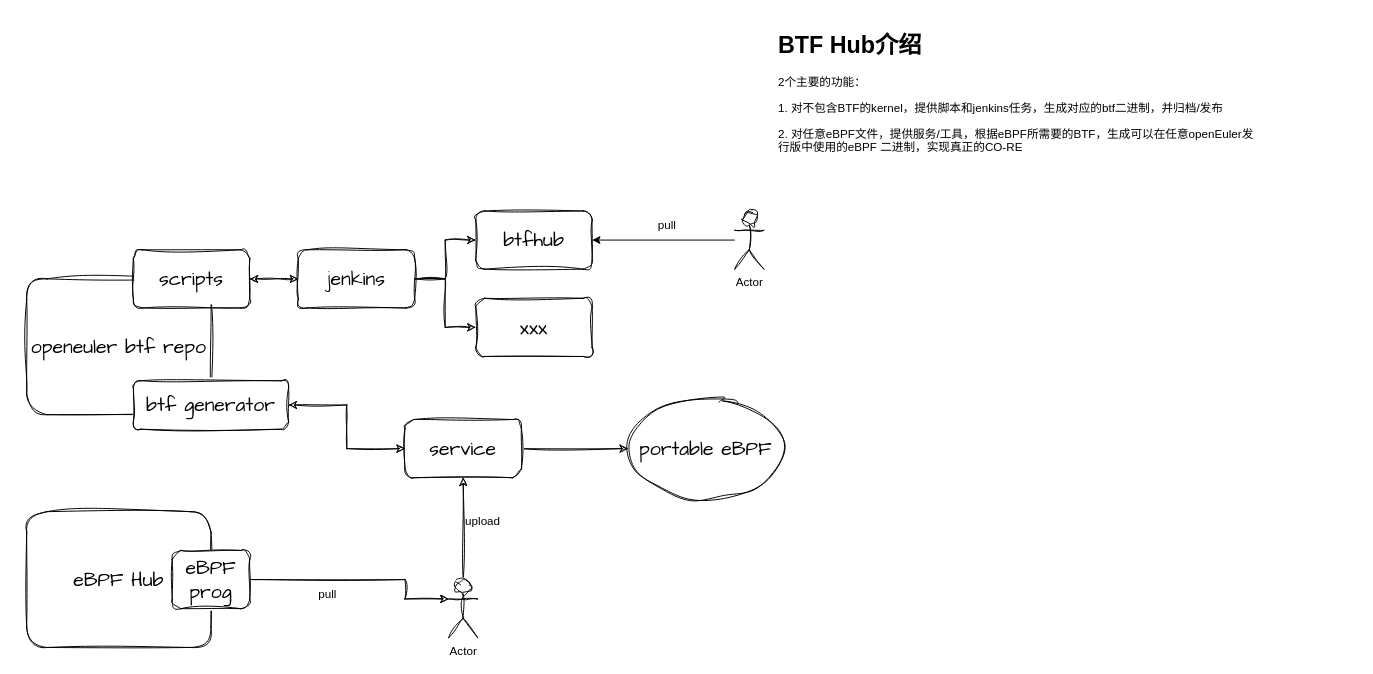
pkking/mydrawio keeps this draw.io diagram as BTFHUB.drawio. Above is the earlier version. Source tidied: cells renumbered, new cells numbered last; positions are measured from the earlier drawing's top-left corner, leaving out a move shared by most shapes. Both pictures are drawn from the tidied source at 97%, with x=0, y=0 at pixel (26, 26).
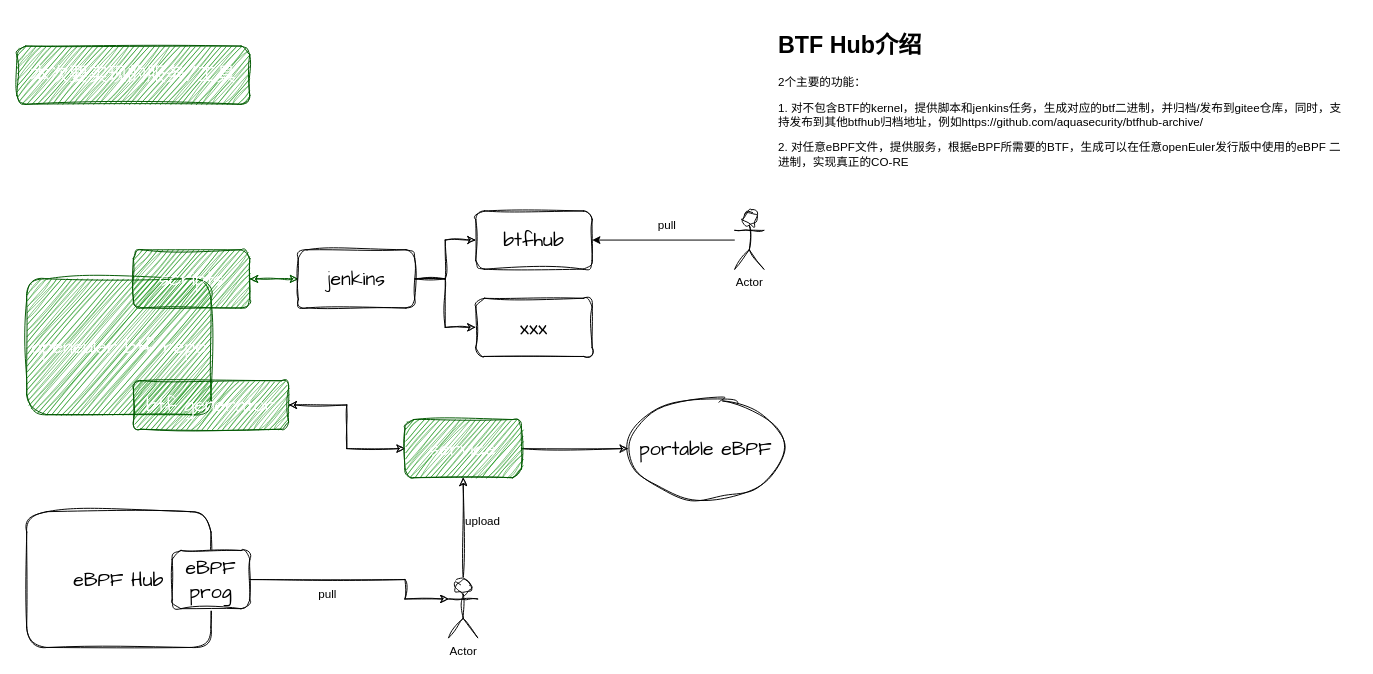
The same diagram, later.

Unchanged cells that the change refers to:
```xml
<mxCell id="9" value="jenkins" style="rounded=1;whiteSpace=wrap;html=1;sketch=1;hachureGap=4;jiggle=2;curveFitting=1;fontFamily=Architects Daughter;fontSize=20;" parent="1" vertex="1">
  <mxGeometry x="280" y="230" width="120" height="60" as="geometry" />
</mxCell>
```

Diff of the diagram source:
```diff
@@
-    <mxCell id="2" value="openeuler btf repo" style="rounded=1;whiteSpace=wrap;html=1;sketch=1;hachureGap=4;jiggle=2;curveFitting=1;fontFamily=Architects Daughter;fontSize=20;" parent="1" vertex="1">
+    <mxCell id="2" value="openeuler btf repo" style="rounded=1;whiteSpace=wrap;html=1;sketch=1;hachureGap=4;jiggle=2;curveFitting=1;fontFamily=Architects Daughter;fontSize=20;fillColor=#008a00;fontColor=#ffffff;strokeColor=#005700;" parent="1" vertex="1">
       <mxGeometry y="260" width="190" height="140" as="geometry" />
     </mxCell>
-    <mxCell id="3" value="scripts" style="rounded=1;whiteSpace=wrap;html=1;sketch=1;hachureGap=4;jiggle=2;curveFitting=1;fontFamily=Architects Daughter;fontSize=20;" parent="1" vertex="1">
+    <mxCell id="3" value="scripts" style="rounded=1;whiteSpace=wrap;html=1;sketch=1;hachureGap=4;jiggle=2;curveFitting=1;fontFamily=Architects Daughter;fontSize=20;fillColor=#008a00;fontColor=#ffffff;strokeColor=#005700;" parent="1" vertex="1">
       <mxGeometry x="110" y="230" width="120" height="60" as="geometry" />
     </mxCell>
@@
-    <mxCell id="5" value="btf generator" style="rounded=1;whiteSpace=wrap;html=1;sketch=1;hachureGap=4;jiggle=2;curveFitting=1;fontFamily=Architects Daughter;fontSize=20;" parent="1" vertex="1">
+    <mxCell id="5" value="btf generator" style="rounded=1;whiteSpace=wrap;html=1;sketch=1;hachureGap=4;jiggle=2;curveFitting=1;fontFamily=Architects Daughter;fontSize=20;fillColor=#008a00;fontColor=#ffffff;strokeColor=#005700;" parent="1" vertex="1">
       <mxGeometry x="110" y="365" width="160" height="50" as="geometry" />
     </mxCell>
-    <mxCell id="6" style="edgeStyle=orthogonalEdgeStyle;rounded=0;sketch=1;hachureGap=4;jiggle=2;curveFitting=1;jettySize=auto;html=1;fontFamily=Architects Daughter;fontSize=16;startArrow=classic;startFill=1;" parent="1" edge="1" source="9" target="3">
+    <mxCell id="6" style="edgeStyle=orthogonalEdgeStyle;rounded=0;sketch=1;hachureGap=4;jiggle=2;curveFitting=1;jettySize=auto;html=1;fontFamily=Architects Daughter;fontSize=16;startArrow=classic;startFill=1;fillColor=#008a00;strokeColor=#005700;" parent="1" edge="1" source="9" target="3">
       <mxGeometry relative="1" as="geometry" />
     </mxCell>
@@
-    <mxCell id="13" value="service" style="rounded=1;whiteSpace=wrap;html=1;sketch=1;hachureGap=4;jiggle=2;curveFitting=1;fontFamily=Architects Daughter;fontSize=20;" parent="1" vertex="1">
+    <mxCell id="13" value="service" style="rounded=1;whiteSpace=wrap;html=1;sketch=1;hachureGap=4;jiggle=2;curveFitting=1;fontFamily=Architects Daughter;fontSize=20;fillColor=#008a00;fontColor=#ffffff;strokeColor=#005700;" parent="1" vertex="1">
       <mxGeometry x="390" y="405" width="120" height="60" as="geometry" />
     </mxCell>
@@
-    <mxCell id="22" value="&lt;h1&gt;BTF Hub介绍&lt;br&gt;&lt;/h1&gt;&lt;p&gt;2个主要的功能：&lt;/p&gt;&lt;p&gt;1. 对不包含BTF的kernel，提供脚本和jenkins任务，生成对应的btf二进制，并归档/发布&lt;/p&gt;&lt;p&gt;2. 对任意eBPF文件，提供服务/工具，根据eBPF所需要的BTF，生成可以在任意openEuler发行版中使用的eBPF 二进制，实现真正的CO-RE&lt;br&gt;&lt;/p&gt;" style="text;html=1;strokeColor=none;fillColor=none;spacing=5;spacingTop=-20;whiteSpace=wrap;overflow=hidden;rounded=0;" parent="1" vertex="1">
-      <mxGeometry x="770" width="500" height="140" as="geometry" />
+    <mxCell id="22" value="&lt;h1&gt;BTF Hub介绍&lt;br&gt;&lt;/h1&gt;&lt;p&gt;2个主要的功能：&lt;/p&gt;&lt;p&gt;1. 对不包含BTF的kernel，提供脚本和jenkins任务，生成对应的btf二进制，并归档/发布到gitee仓库，同时，支持发布到其他btfhub归档地址，例如https://github.com/aquasecurity/btfhub-archive/&lt;/p&gt;&lt;p&gt;2. 对任意eBPF文件，提供服务，根据eBPF所需要的BTF，生成可以在任意openEuler发行版中使用的eBPF 二进制，实现真正的CO-RE&lt;br&gt;&lt;/p&gt;" style="text;html=1;strokeColor=none;fillColor=none;spacing=5;spacingTop=-20;whiteSpace=wrap;overflow=hidden;rounded=0;" parent="1" vertex="1">
+      <mxGeometry x="770" width="600" height="180" as="geometry" />
     </mxCell>
@@
+    <mxCell id="26" value="&lt;pre&gt;本次要实现的服务/工具&lt;/pre&gt;" style="rounded=1;whiteSpace=wrap;html=1;hachureGap=4;fontFamily=Architects Daughter;fontSize=20;fillColor=#008a00;fontColor=#ffffff;strokeColor=#005700;shadow=0;sketch=1;curveFitting=1;jiggle=2;" parent="1" vertex="1">
+      <mxGeometry x="-10" y="20" width="240" height="60" as="geometry" />
+    </mxCell>
```
